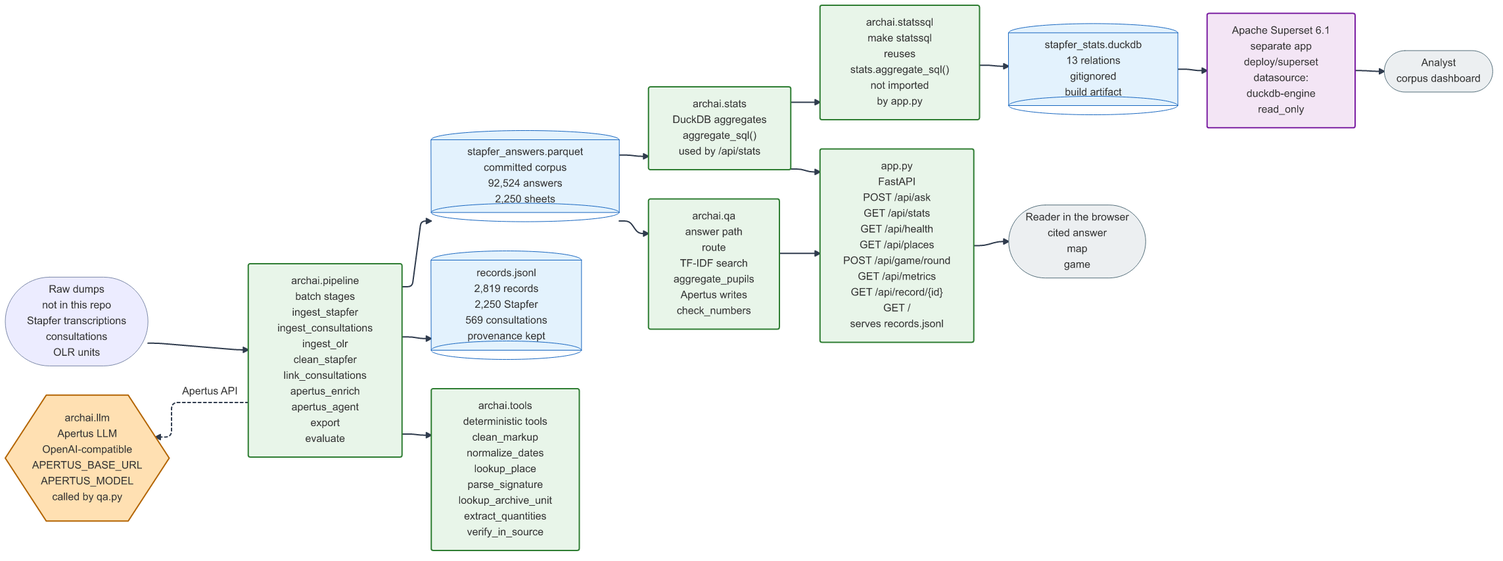
This is docs/architecture-technical.png from kirtanp/hackpertus-archives, a Mermaid export, as it was before one commit. Its source is kept beside it as docs/architecture-technical.mmd.
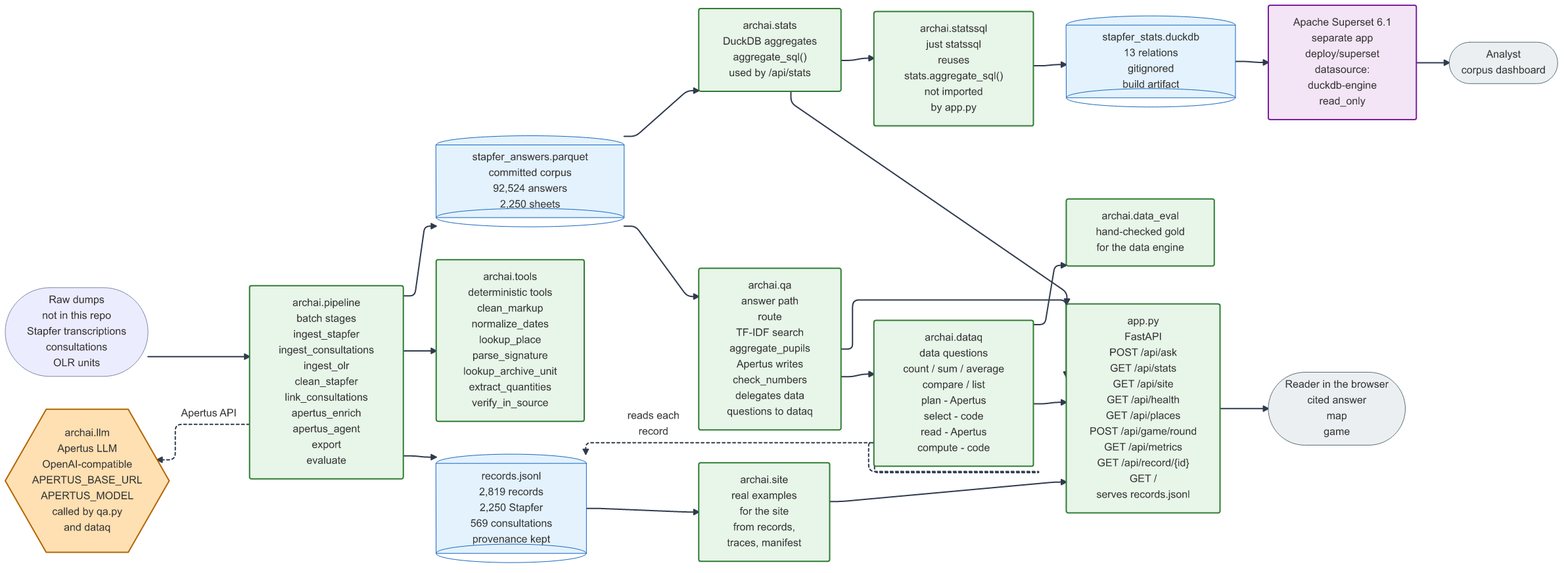
After the commit.

Commit message:
docs(architecture): bring both diagrams up to date with main

What changed in the source:
```diff
@@ -1,6 +1,6 @@
 flowchart LR
 
-  APERTUS{{"archai.llm<br/>Apertus LLM<br/>OpenAI-compatible<br/>APERTUS_BASE_URL<br/>APERTUS_MODEL<br/>called by qa.py"}}:::llm
+  APERTUS{{"archai.llm<br/>Apertus LLM<br/>OpenAI-compatible<br/>APERTUS_BASE_URL<br/>APERTUS_MODEL<br/>called by qa.py<br/>and dataq"}}:::llm
 
   RAW(["Raw dumps<br/>not in this repo<br/>Stapfer transcriptions<br/>consultations<br/>OLR units"])
 
@@ -12,21 +12,27 @@
 
   RECORDS[("records.jsonl<br/>2,819 records<br/>2,250 Stapfer<br/>569 consultations<br/>provenance kept")]:::store
 
-  QA["archai.qa<br/>answer path<br/>route<br/>TF-IDF search<br/>aggregate_pupils<br/>Apertus writes<br/>check_numbers"]:::svc
+  QA["archai.qa<br/>answer path<br/>route<br/>TF-IDF search<br/>aggregate_pupils<br/>Apertus writes<br/>check_numbers<br/>delegates data<br/>questions to dataq"]:::svc
+
+  DATAQ["archai.dataq<br/>data questions<br/>count / sum / average<br/>compare / list<br/>plan - Apertus<br/>select - code<br/>read - Apertus<br/>compute - code"]:::svc
+
+  DATAEVAL["archai.data_eval<br/>hand-checked gold<br/>for the data engine"]:::svc
 
   STATS["archai.stats<br/>DuckDB aggregates<br/>aggregate_sql()<br/>used by /api/stats"]:::svc
 
-  STATSSQL["archai.statssql<br/>make statssql<br/>reuses<br/>stats.aggregate_sql()<br/>not imported<br/>by app.py"]:::svc
+  STATSSQL["archai.statssql<br/>just statssql<br/>reuses<br/>stats.aggregate_sql()<br/>not imported<br/>by app.py"]:::svc
 
-  APP["app.py<br/>FastAPI<br/>POST /api/ask<br/>GET /api/stats<br/>GET /api/health<br/>GET /api/places<br/>POST /api/game/round<br/>GET /api/metrics<br/>GET /api/record/{id}<br/>GET /<br/>serves records.jsonl"]:::svc
+  SITE["archai.site<br/>real examples<br/>for the site<br/>from records,<br/>traces, manifest"]:::svc
+
+  APP["app.py<br/>FastAPI<br/>POST /api/ask<br/>GET /api/stats<br/>GET /api/site<br/>GET /api/health<br/>GET /api/places<br/>POST /api/game/round<br/>GET /api/metrics<br/>GET /api/record/{id}<br/>GET /<br/>serves records.jsonl"]:::svc
 
   DUCK[("stapfer_stats.duckdb<br/>13 relations<br/>gitignored<br/>build artifact")]:::store
 
   SUPERSET["Apache Superset 6.1<br/>separate app<br/>deploy/superset<br/>datasource:<br/>duckdb-engine<br/>read_only"]:::app
 
-  READER(["Reader in the browser<br/>cited answer<br/>map<br/>game"]):::agent
+  READER(["Reader in the browser<br/>cited answer<br/>map<br/>game"]):::reader
 
-  DASHBOARD(["Analyst<br/>corpus dashboard"]):::agent
+  DASHBOARD(["Analyst<br/>corpus dashboard"]):::reader
 
   RAW --> PIPE
   PIPE --> TOOLS
@@ -35,7 +41,13 @@
   PIPE -. "Apertus API" .-> APERTUS
   CORPUS --> QA
   CORPUS --> STATS
+  QA --> DATAQ
   QA --> APP
+  DATAQ --> APP
+  DATAQ --> DATAEVAL
+  DATAQ -. "reads each<br/>record" .-> RECORDS
+  RECORDS --> SITE
+  SITE --> APP
   STATS --> APP
   STATS --> STATSSQL
   STATSSQL --> DUCK
@@ -49,6 +61,6 @@
   classDef app    fill:#f3e5f5,stroke:#7b1fa2,stroke-width:2px
   classDef reader fill:#eceff1,stroke:#546e7a
   class CORPUS,RECORDS,DUCK store
-  class PIPE,TOOLS,QA,STATS,STATSSQL,APP svc
+  class PIPE,TOOLS,QA,DATAQ,DATAEVAL,STATS,STATSSQL,SITE,APP svc
   class SUPERSET app
   class READER,DASHBOARD reader
```
